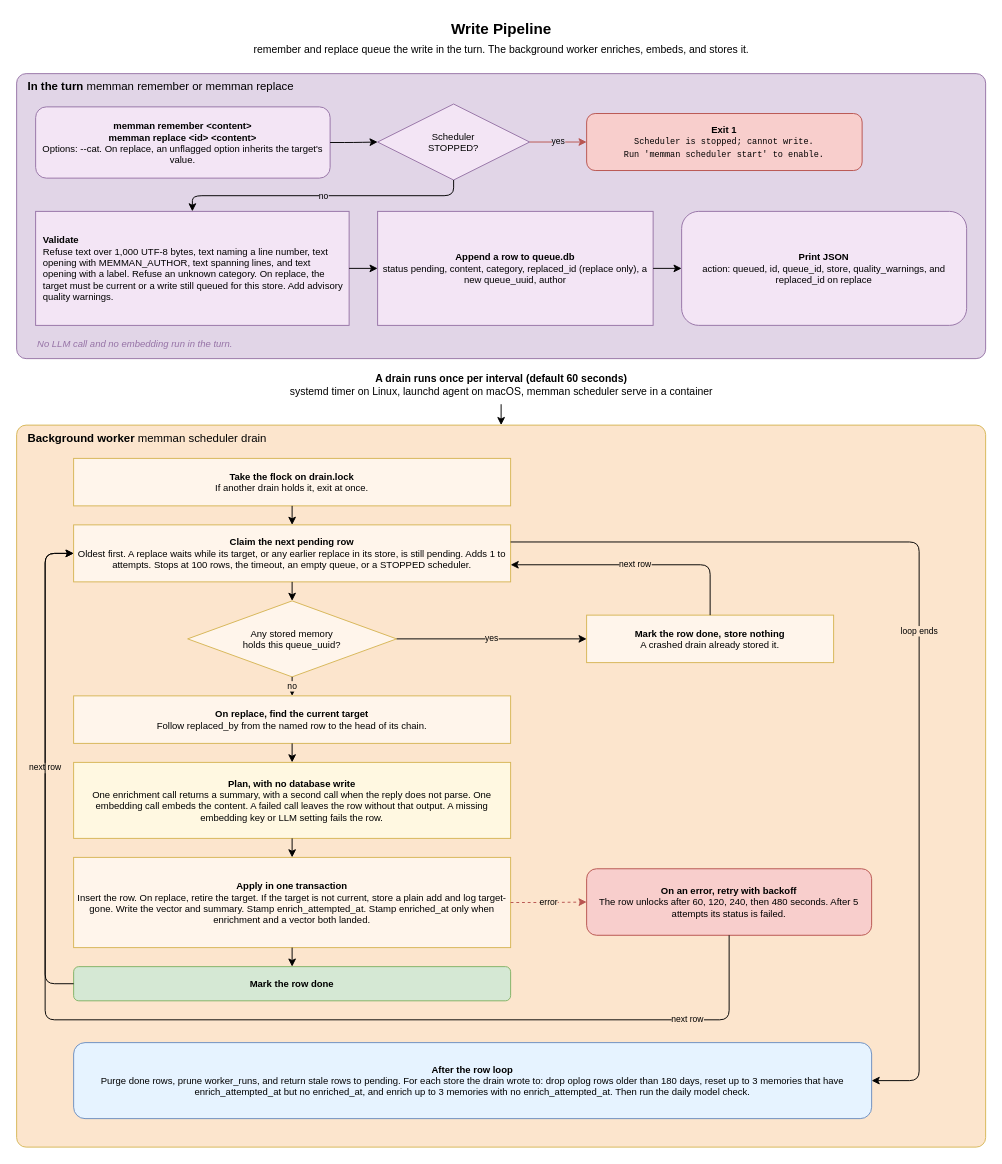
Before: docs/diagrams/04-remember-pipeline.drawio in bissli/memman, a draw.io diagram. Source tidied: cells renumbered, new cells numbered last; positions are measured from the earlier drawing's top-left corner, leaving out a move shared by most shapes. Both pictures are drawn from the tidied source at 95%, with x=0, y=0 at pixel (16, 16).
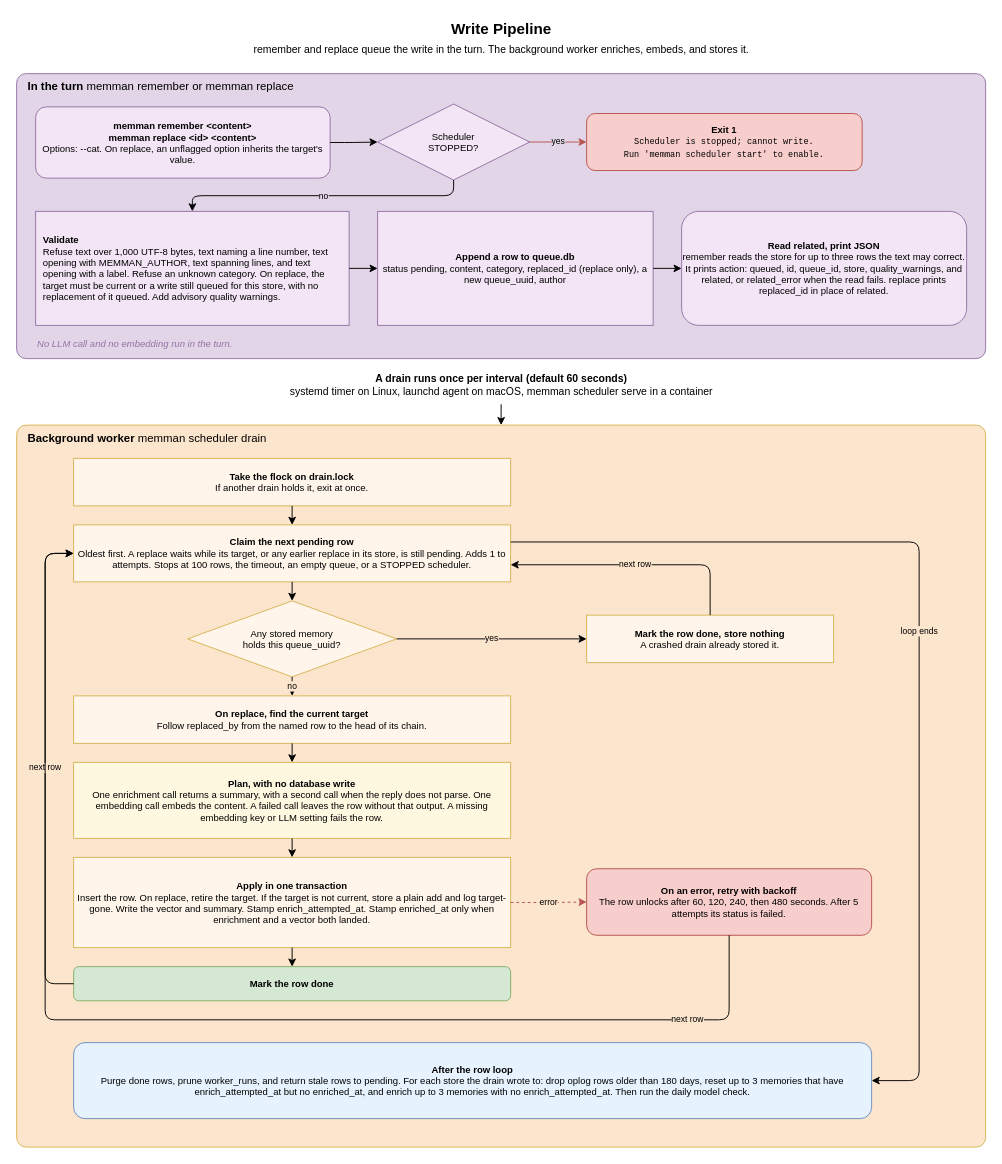
The same page after the edit.

Commit message (it also covers changes not shown here):
Bring the docs, diagrams and guide in line with related

Diff of the diagram source:
```diff
@@
-    <mxCell id="7" value="&lt;b&gt;Validate&lt;/b&gt;&lt;br&gt;Refuse text over 1,000 UTF-8 bytes, text naming a line number, text opening with MEMMAN_AUTHOR, text spanning lines, and text opening with a label. Refuse an unknown category. On replace, the target must be current or a write still queued for this store. Add advisory quality warnings." style="rounded=0;whiteSpace=wrap;html=1;fillColor=#F3E5F5;strokeColor=#9673a6;fontSize=10;align=left;spacingLeft=6;spacingRight=6;" parent="1" vertex="1">
+    <mxCell id="7" value="&lt;b&gt;Validate&lt;/b&gt;&lt;br&gt;Refuse text over 1,000 UTF-8 bytes, text naming a line number, text opening with MEMMAN_AUTHOR, text spanning lines, and text opening with a label. Refuse an unknown category. On replace, the target must be current or a write still queued for this store, with no replacement of it queued. Add advisory quality warnings." style="rounded=0;whiteSpace=wrap;html=1;fillColor=#F3E5F5;strokeColor=#9673a6;fontSize=10;align=left;spacingLeft=6;spacingRight=6;" parent="1" vertex="1">
       <mxGeometry x="20" y="205" width="330" height="120" as="geometry" />
     </mxCell>
@@
-    <mxCell id="9" value="&lt;b&gt;Print JSON&lt;/b&gt;&lt;br&gt;action: queued, id, queue_id, store, quality_warnings, and replaced_id on replace" style="rounded=1;whiteSpace=wrap;html=1;fillColor=#F3E5F5;strokeColor=#9673a6;fontSize=10;" parent="1" vertex="1">
+    <mxCell id="9" value="&lt;b&gt;Read related, print JSON&lt;/b&gt;&lt;br&gt;remember reads the store for up to three rows the text may correct. It prints action: queued, id, queue_id, store, quality_warnings, and related, or related_error when the read fails. replace prints replaced_id in place of related." style="rounded=1;whiteSpace=wrap;html=1;fillColor=#F3E5F5;strokeColor=#9673a6;fontSize=10;" parent="1" vertex="1">
       <mxGeometry x="700" y="205" width="300" height="120" as="geometry" />
     </mxCell>
```
